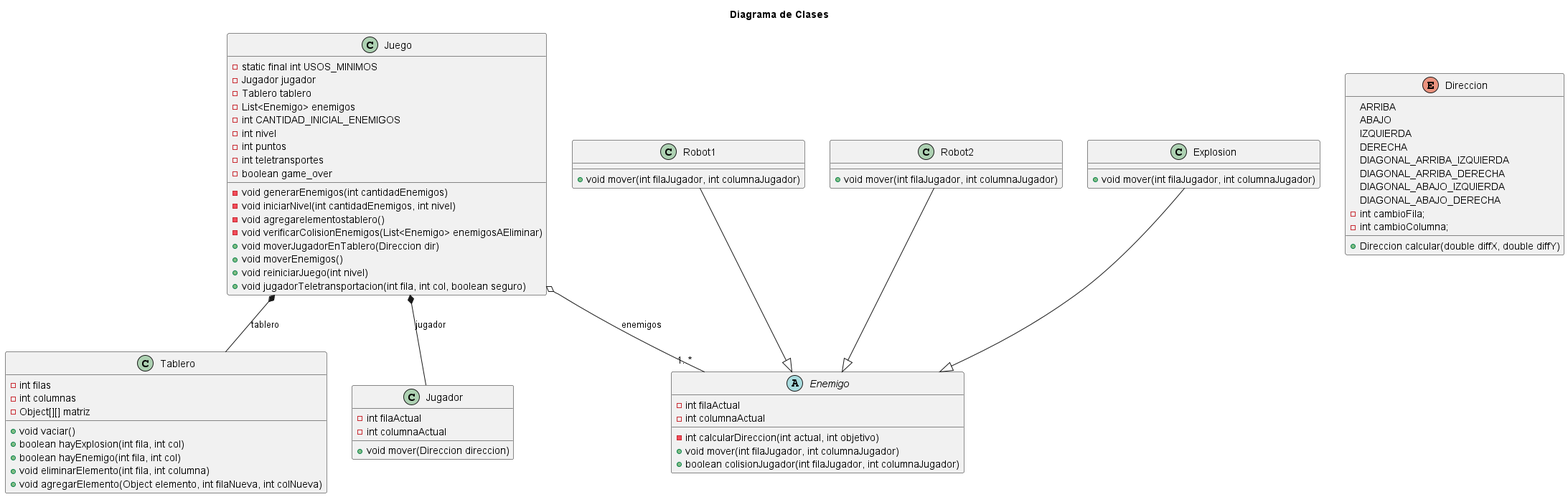
The PlantUML diagram doc/diagrama de clases.png in FelipeAscencio/TP1_ParadigmasDeLaProgramacion, before a commit.
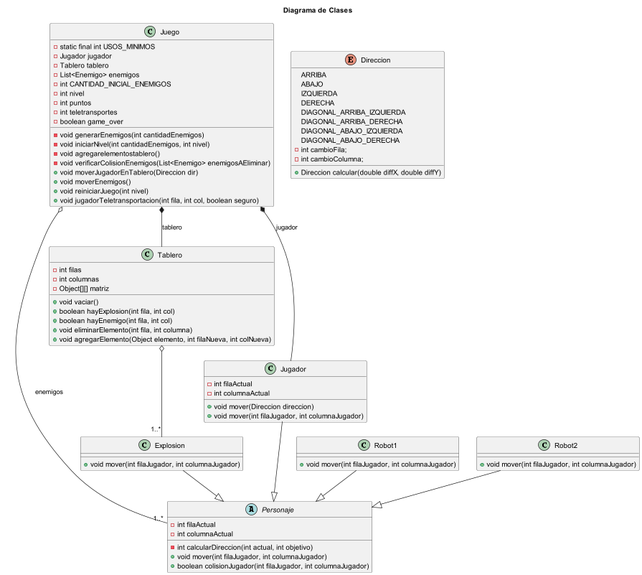
After the commit.

Commit message:
Nuevo diagrama de clases

Diff of the diagram source:
```diff
@@ -1,12 +1,16 @@
 @startuml
+
 title Diagrama de Clases
 
-Juego o-- "1..*" Enemigo : enemigos
+Juego o-- "1..*" Personaje : enemigos
 Juego *-- Tablero : tablero
 Juego *-- Jugador : jugador
-Robot1 --|> Enemigo
-Robot2 --|> Enemigo
-Explosion --|> Enemigo
+Robot1 --|> Personaje
+Robot2 --|> Personaje
+Explosion --|> Personaje
+Jugador --|> Personaje
+Tablero o-- "1..*" Explosion
+
 
 class Juego {
     - static final int USOS_MINIMOS
@@ -29,8 +33,7 @@
     + void jugadorTeletransportacion(int fila, int col, boolean seguro)
 }
 
-
-abstract class Enemigo{
+abstract class Personaje{
 -int filaActual
 -int columnaActual
 
@@ -55,6 +58,7 @@
 -int filaActual
 -int columnaActual
 +void mover(Direccion direccion)
++void mover(int filaJugador, int columnaJugador)
 }
 
 class Tablero{
```
